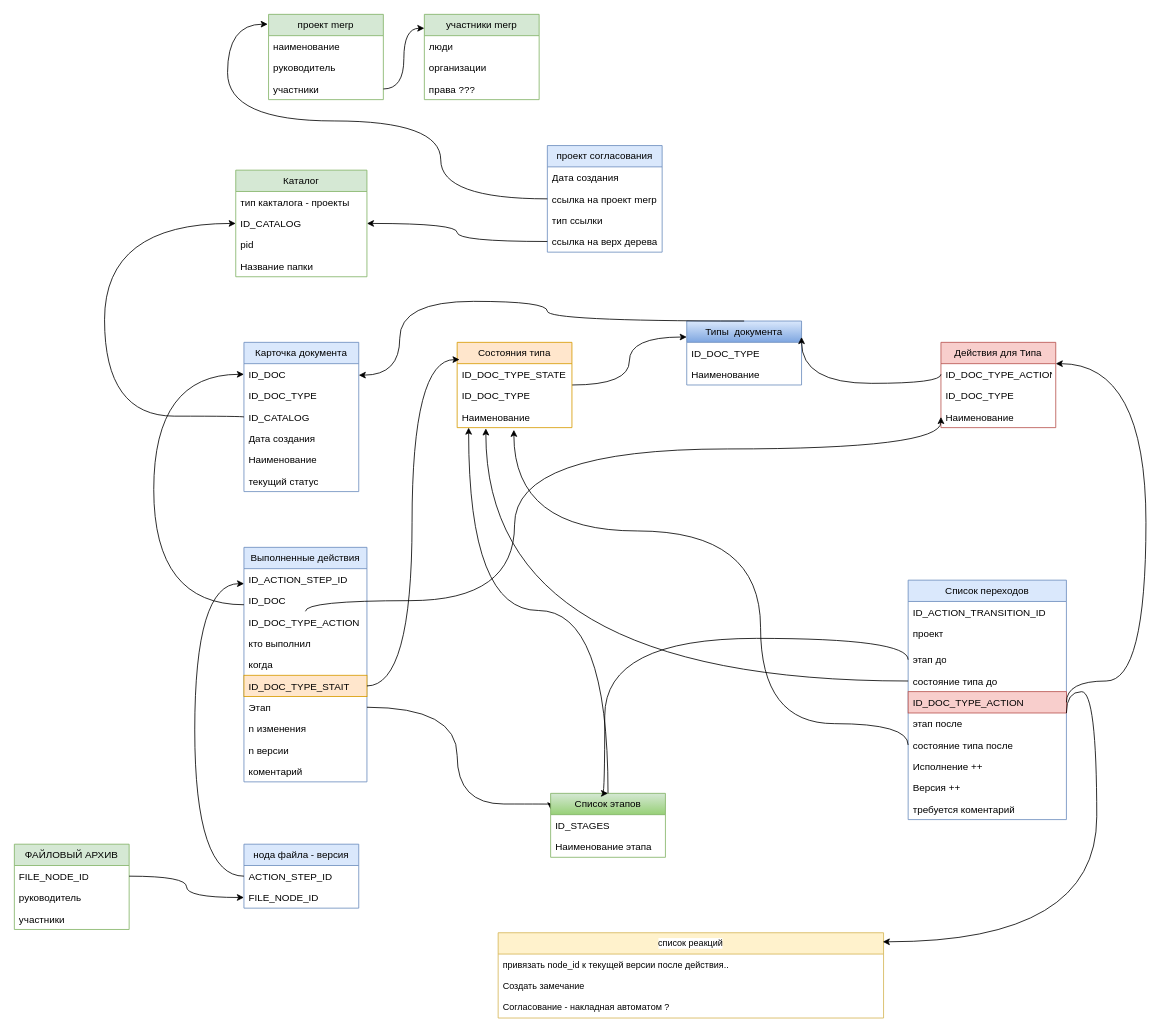
Above: сущность проектной документации.drawio in sashok74/diagrams (draw.io), before the change. Source tidied: cells renumbered, new cells numbered last; positions are measured from the earlier drawing's top-left corner, leaving out a move shared by most shapes. Both pictures are drawn from the tidied source at 82%, with x=0, y=0 at pixel (14, 14).
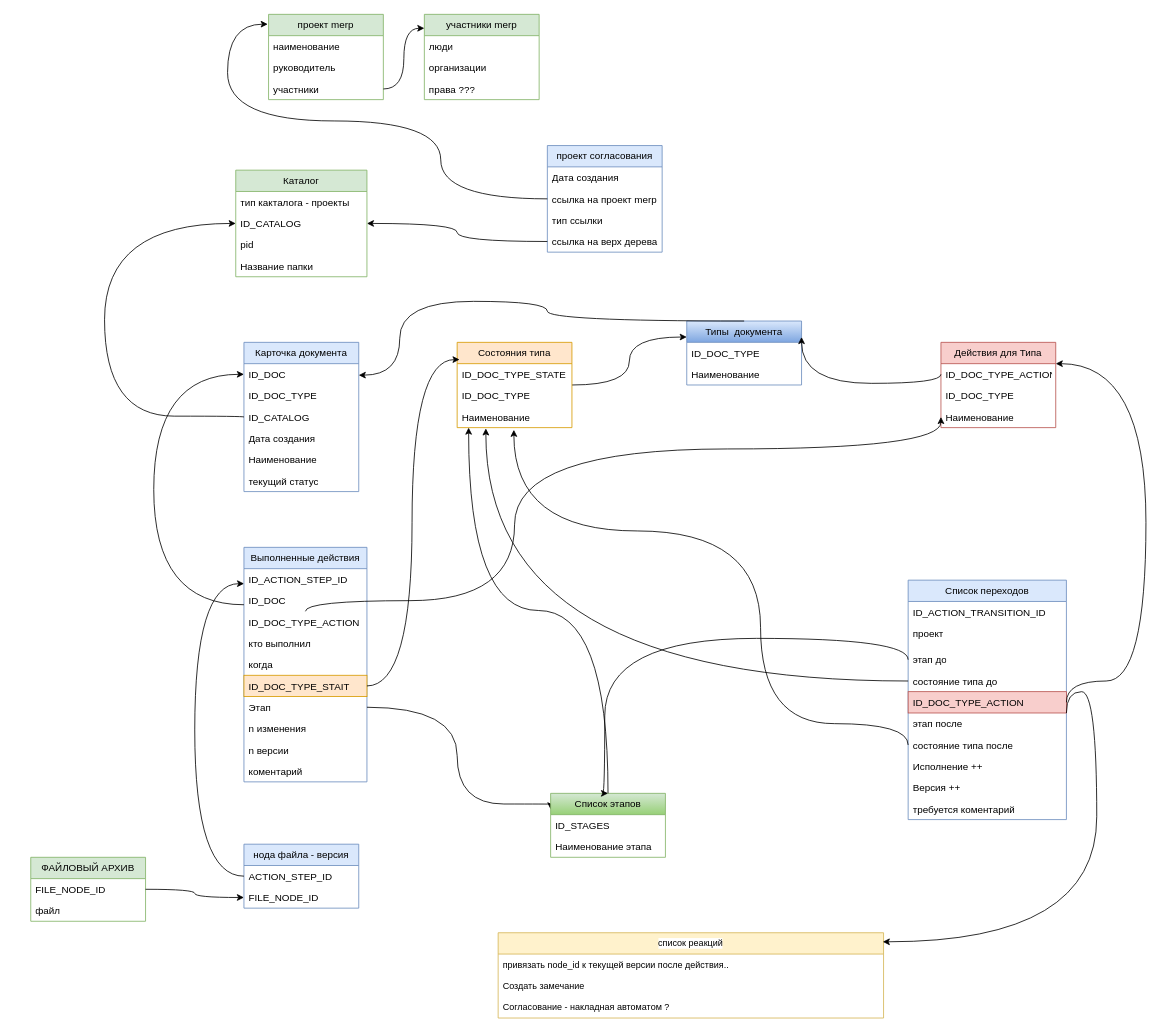
The same page after the edit.

The edit, as a diff of the source:
```diff
@@
     <mxCell id="87" value="ФАЙЛОВЫЙ АРХИВ" style="swimlane;fontStyle=0;horizontal=1;startSize=26;fillColor=#d5e8d4;whiteSpace=wrap;html=1;strokeColor=#82b366;" parent="1" vertex="1">
-      <mxGeometry y="1012" width="140" height="104" as="geometry" />
+      <mxGeometry x="20" y="1028" width="140" height="78" as="geometry" />
     </mxCell>
@@
-    <mxCell id="89" value="руководитель" style="text;strokeColor=none;fillColor=none;align=left;verticalAlign=top;spacingLeft=4;spacingRight=4;overflow=hidden;whiteSpace=wrap;html=1;" parent="87" vertex="1">
+    <mxCell id="89" value="файл" style="text;strokeColor=none;fillColor=none;align=left;verticalAlign=top;spacingLeft=4;spacingRight=4;overflow=hidden;whiteSpace=wrap;html=1;" parent="87" vertex="1">
       <mxGeometry y="52" width="140" height="26" as="geometry" />
     </mxCell>
-    <mxCell id="90" value="&lt;div&gt;участники&lt;/div&gt;&lt;div&gt;&lt;br&gt;&lt;/div&gt;" style="text;strokeColor=none;fillColor=none;align=left;verticalAlign=top;spacingLeft=4;spacingRight=4;overflow=hidden;whiteSpace=wrap;html=1;" parent="87" vertex="1">
-      <mxGeometry y="78" width="140" height="26" as="geometry" />
-    </mxCell>
```
